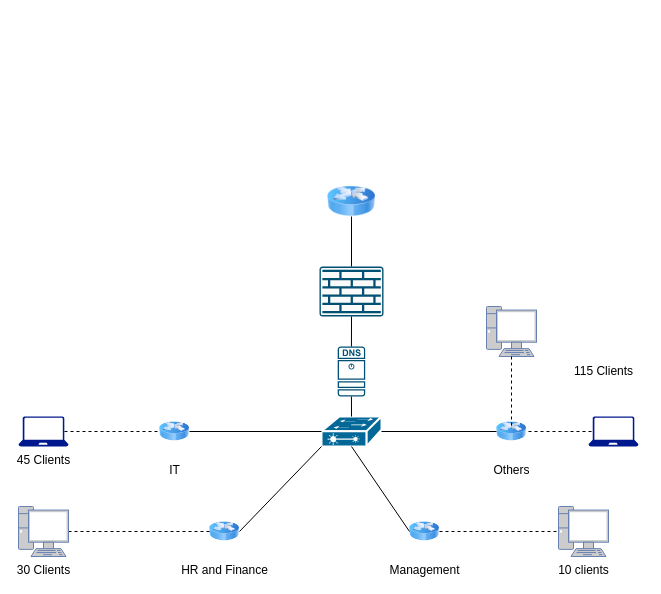
waiyanminunt/learning-code-of-school keeps this draw.io diagram as vahical_FornEtWorkwithStar.drawio. Above is the earlier version. Source tidied: cells renumbered, new cells numbered last; positions are measured from the earlier drawing's top-left corner, leaving out a move shared by most shapes. Both pictures are drawn from the tidied source at 100%, with x=0, y=0 at pixel (18, 186).
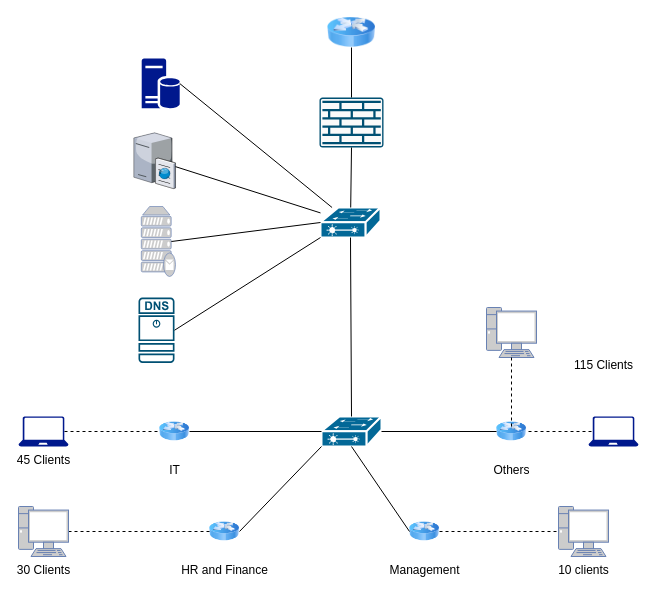
The same page after the edit.

Unchanged cells that the change refers to:
```xml
<mxCell id="7" style="shape=mxgraph.cisco.switches.layer_2_remote_switch;html=1;dashed=0;fillColor=#036897;strokeColor=#ffffff;strokeWidth=2;verticalLabelPosition=bottom;verticalAlign=top;align=center;outlineConnect=0;" parent="1" vertex="1">
  <mxGeometry x="303" y="230" width="60" height="30" as="geometry" />
</mxCell>
```

What changed in the source:
```diff
@@
     <mxCell id="2" style="sketch=0;points=[[0.015,0.015,0],[0.985,0.015,0],[0.985,0.985,0],[0.015,0.985,0],[0.25,0,0],[0.5,0,0],[0.75,0,0],[1,0.25,0],[1,0.5,0],[1,0.75,0],[0.75,1,0],[0.5,1,0],[0.25,1,0],[0,0.75,0],[0,0.5,0],[0,0.25,0]];verticalLabelPosition=bottom;html=1;verticalAlign=top;align=center;shape=mxgraph.cisco19.rect;prIcon=firewall;fillColor=#FAFAFA;strokeColor=#005073;" parent="1" vertex="1">
-      <mxGeometry x="301" y="80" width="64" height="50" as="geometry" />
+      <mxGeometry x="301" y="-89" width="64" height="50" as="geometry" />
     </mxCell>
     <mxCell id="3" style="image;html=1;image=img/lib/clip_art/networking/Router_Icon_128x128.png;" parent="1" vertex="1">
-      <mxGeometry x="309" width="48" height="30" as="geometry" />
+      <mxGeometry x="309" y="-169" width="48" height="30" as="geometry" />
     </mxCell>
     <mxCell id="4" style="sketch=0;points=[[0.015,0.015,0],[0.985,0.015,0],[0.985,0.985,0],[0.015,0.985,0],[0.25,0,0],[0.5,0,0],[0.75,0,0],[1,0.25,0],[1,0.5,0],[1,0.75,0],[0.75,1,0],[0.5,1,0],[0.25,1,0],[0,0.75,0],[0,0.5,0],[0,0.25,0]];verticalLabelPosition=bottom;html=1;verticalAlign=top;align=center;shape=mxgraph.cisco19.dns_server;fillColor=#005073;strokeColor=none;" parent="1" vertex="1">
-      <mxGeometry x="319.2" y="160" width="27.5" height="50" as="geometry" />
+      <mxGeometry x="120" y="111" width="36" height="65.5" as="geometry" />
     </mxCell>
     <mxCell id="5" style="endArrow=none;html=1;rounded=0;exitX=0.5;exitY=0;exitDx=0;exitDy=0;exitPerimeter=0;" parent="1" edge="1" source="2">
       <mxGeometry relative="1" as="geometry">
-        <mxPoint x="333" y="30" as="targetPoint" />
+        <mxPoint x="333" y="-139" as="targetPoint" />
       </mxGeometry>
     </mxCell>
-    <mxCell id="6" style="endArrow=none;html=1;rounded=0;entryX=0.5;entryY=1;entryDx=0;entryDy=0;entryPerimeter=0;exitX=0.5;exitY=0;exitDx=0;exitDy=0;exitPerimeter=0;" parent="1" edge="1" source="4" target="2">
-      <mxGeometry relative="1" as="geometry" />
-    </mxCell>
@@
-    <mxCell id="8" style="endArrow=none;html=1;rounded=0;exitX=0.5;exitY=0;exitDx=0;exitDy=0;exitPerimeter=0;entryX=0.5;entryY=1;entryDx=0;entryDy=0;entryPerimeter=0;" parent="1" edge="1" source="7" target="4">
-      <mxGeometry relative="1" as="geometry" />
-    </mxCell>
@@
     <mxCell id="22" style="fontColor=#0066CC;verticalAlign=top;verticalLabelPosition=bottom;labelPosition=center;align=center;html=1;outlineConnect=0;fillColor=#CCCCCC;strokeColor=#6881B3;gradientColor=none;gradientDirection=north;strokeWidth=2;shape=mxgraph.networks.pc;" parent="1" vertex="1">
-      <mxGeometry x="468" y="120" width="50" height="50" as="geometry" />
+      <mxGeometry x="468" y="121" width="50" height="50" as="geometry" />
     </mxCell>
@@
     <mxCell id="26" value="115 Clients" style="text;html=1;align=center;verticalAlign=middle;strokeColor=none;fillColor=none;" parent="1" vertex="1">
-      <mxGeometry x="545" y="170" width="80" height="30" as="geometry" />
+      <mxGeometry x="545" y="164" width="80" height="30" as="geometry" />
     </mxCell>
@@
+    <mxCell id="28" style="shape=mxgraph.cisco.switches.layer_2_remote_switch;html=1;dashed=0;fillColor=#036897;strokeColor=#ffffff;strokeWidth=2;verticalLabelPosition=bottom;verticalAlign=top;align=center;outlineConnect=0;" parent="1" vertex="1">
+      <mxGeometry x="302" y="21" width="60" height="30" as="geometry" />
+    </mxCell>
+    <mxCell id="29" style="endArrow=none;html=1;rounded=0;entryX=0.5;entryY=1;entryDx=0;entryDy=0;entryPerimeter=0;" parent="1" edge="1" source="28" target="2">
+      <mxGeometry relative="1" as="geometry" />
+    </mxCell>
+    <mxCell id="30" style="endArrow=none;html=1;rounded=0;exitX=0.5;exitY=0;exitDx=0;exitDy=0;exitPerimeter=0;entryX=0.5;entryY=1;entryDx=0;entryDy=0;entryPerimeter=0;" parent="1" edge="1" source="7" target="28">
+      <mxGeometry relative="1" as="geometry" />
+    </mxCell>
+    <mxCell id="31" style="sketch=0;shadow=0;dashed=0;html=1;strokeColor=none;labelPosition=center;verticalLabelPosition=bottom;verticalAlign=top;align=center;fillColor=#00188D;shape=mxgraph.mscae.enterprise.database_server;" parent="1" vertex="1">
+      <mxGeometry x="123.2" y="-128" width="38" height="50" as="geometry" />
+    </mxCell>
+    <mxCell id="32" style="fontColor=#0066CC;verticalAlign=top;verticalLabelPosition=bottom;labelPosition=center;align=center;html=1;outlineConnect=0;fillColor=#CCCCCC;strokeColor=#6881B3;gradientColor=none;gradientDirection=north;strokeWidth=2;shape=mxgraph.networks.mail_server;" parent="1" vertex="1">
+      <mxGeometry x="122.8" y="20" width="34.2" height="70" as="geometry" />
+    </mxCell>
+    <mxCell id="33" style="endArrow=none;html=1;rounded=0;exitX=1;exitY=0.5;exitDx=0;exitDy=0;exitPerimeter=0;entryX=0;entryY=1;entryDx=0;entryDy=0;entryPerimeter=0;" parent="1" edge="1" source="4" target="28">
+      <mxGeometry relative="1" as="geometry" />
+    </mxCell>
+    <mxCell id="34" style="endArrow=none;html=1;rounded=0;exitX=0.88;exitY=0.5;exitDx=0;exitDy=0;exitPerimeter=0;entryX=0;entryY=0.5;entryDx=0;entryDy=0;entryPerimeter=0;" parent="1" edge="1" source="32" target="28">
+      <mxGeometry relative="1" as="geometry" />
+    </mxCell>
+    <mxCell id="35" style="endArrow=none;html=1;rounded=0;exitX=1;exitY=0.5;exitDx=0;exitDy=0;exitPerimeter=0;" parent="1" edge="1" source="31" target="28">
+      <mxGeometry relative="1" as="geometry" />
+    </mxCell>
+    <mxCell id="36" style="verticalLabelPosition=bottom;sketch=0;html=1;verticalAlign=top;strokeColor=none;align=center;outlineConnect=0;shape=mxgraph.citrix.ftp_server;" parent="1" vertex="1">
+      <mxGeometry x="115.3" y="-55" width="41.7" height="57" as="geometry" />
+    </mxCell>
+    <mxCell id="37" style="endArrow=none;html=1;rounded=0;" parent="1" edge="1" source="36" target="28">
+      <mxGeometry relative="1" as="geometry" />
+    </mxCell>
```
